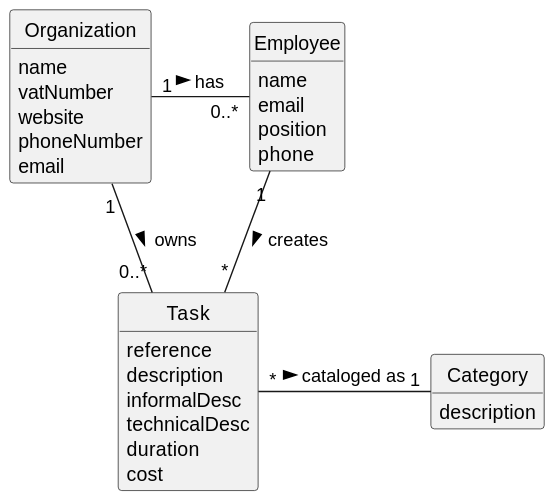
Above: docs/sprintB/us007/02.analysis/svg/us007-domain-model.svg in rita-barbosa/LAPR2-2223 (PlantUML), before the change.
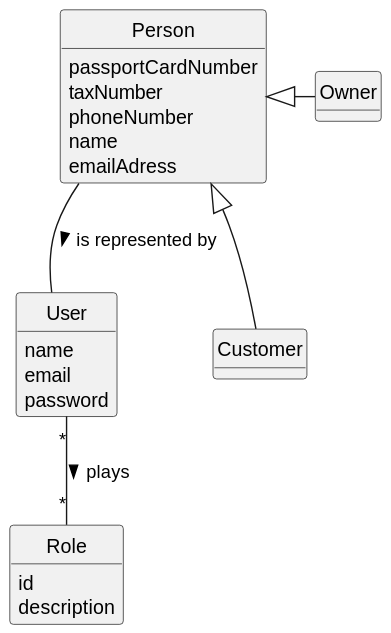
Above is the later version.

Change to the diagram source:
```diff
@@ -9,39 +9,29 @@
 hide circle
 hide methods
 
-
-
-class Organization {
-    name
-    vatNumber
-    website
-    phoneNumber
-    email
+class User{
+name
+email
+password
+}
+class Role{
+id
+description
+}
+class Customer{
+}
+class Owner{
+}
+class Person{
+passportCardNumber
+taxNumber
+phoneNumber
+name
+emailAdress
 }
 
-class Task {
-    reference
-    description
-    informalDesc
-    technicalDesc
-    duration
-    cost
-}
-
-class Category {
-    description
-}
-
-class Employee {
-    name
-    email
-    position
-    phone
-}
-
-
-Organization "1" - "0..*" Employee : has >
-Organization "1" - "0..*" Task: owns >
-Employee "1" -- "*" Task : creates >
-Task "*" - "1" Category: cataloged as >
+User "*" -- "*" Role : plays >
+Customer -up-|> Person
+Owner -left--|> Person
+Person -- User : is represented by >
 @enduml
```
